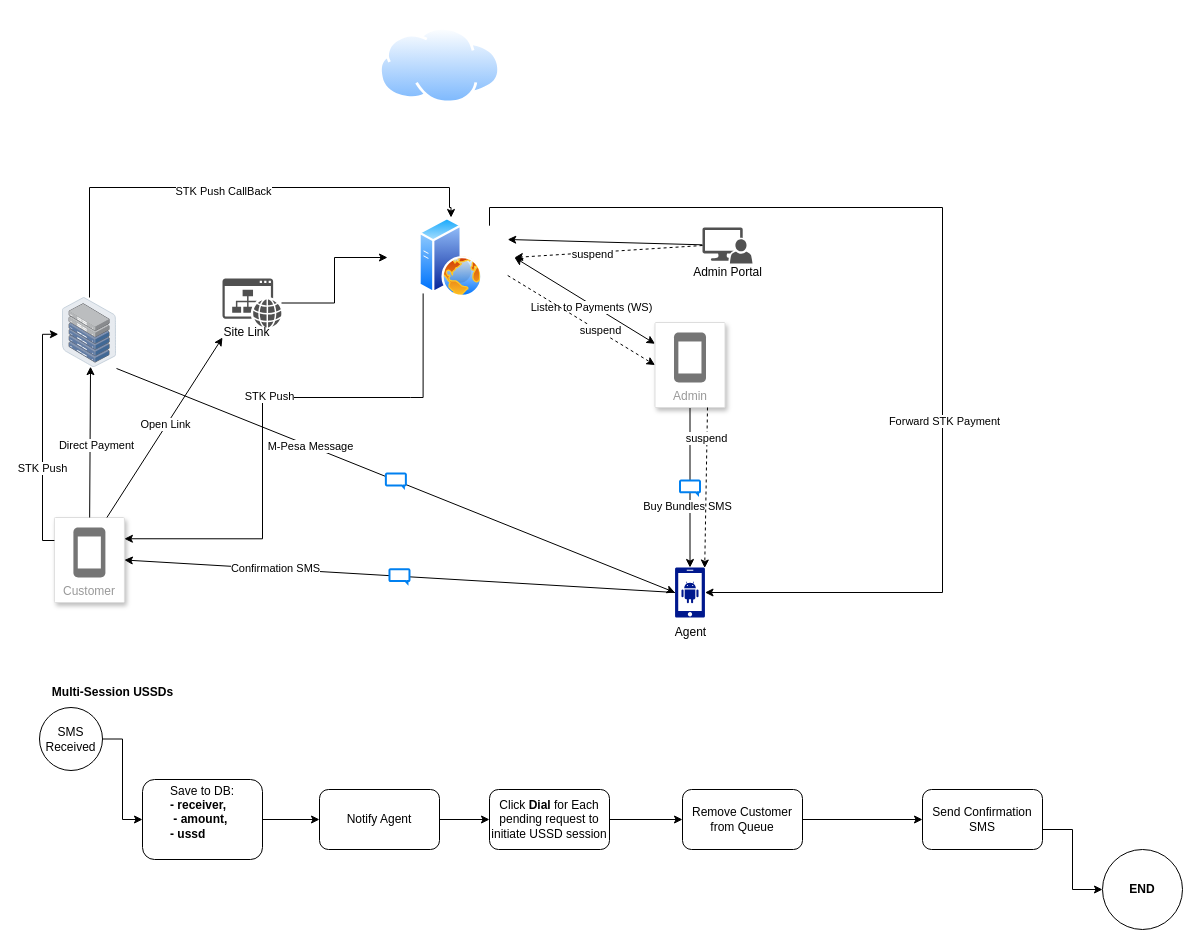
Above: diagrams/Untitled Diagram.drawio in kariuki-joseph/drawio-diagrams (draw.io), before the change. Source tidied: cells renumbered, new cells numbered last; positions are measured from the earlier drawing's top-left corner, leaving out a move shared by most shapes. Both pictures are drawn from the tidied source at 100%, with x=0, y=0 at pixel (39, 27).
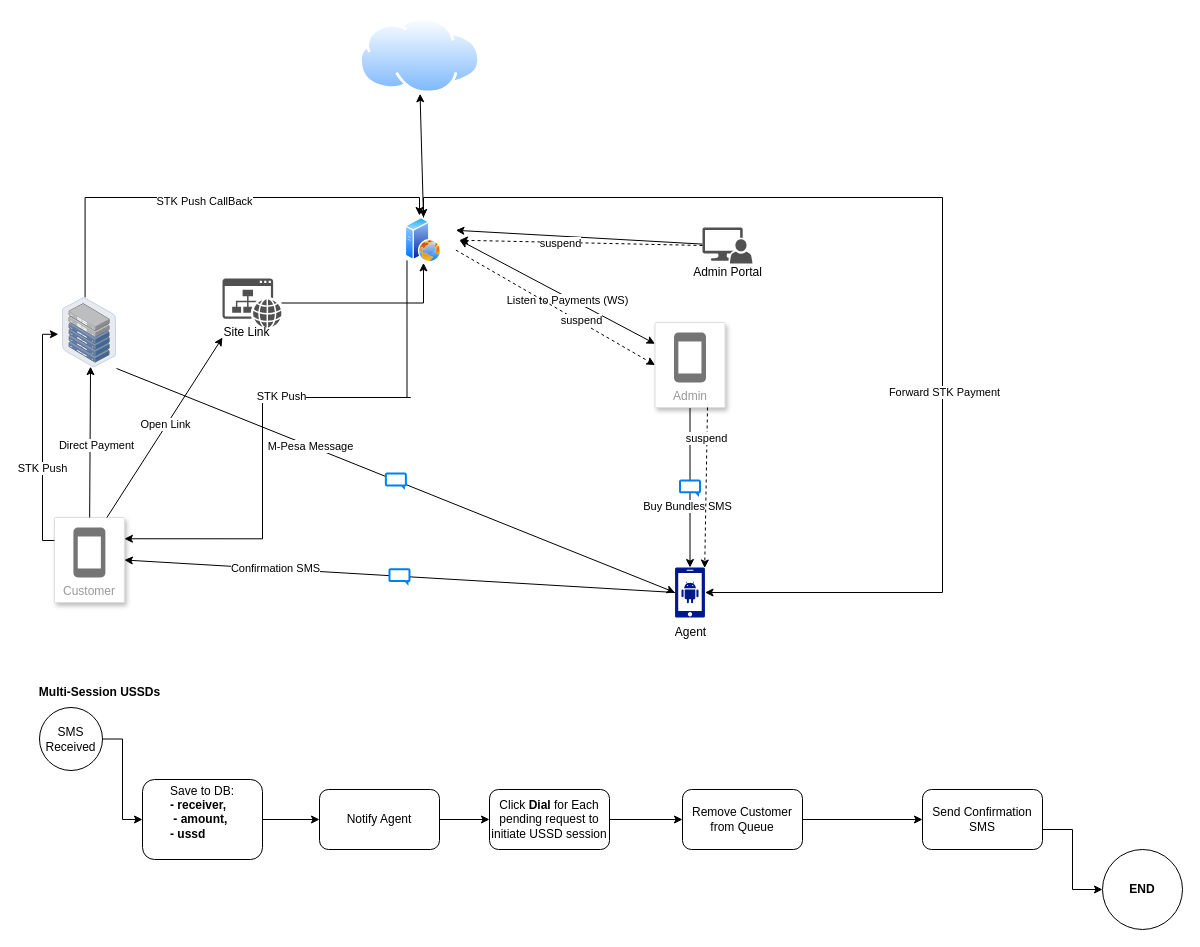
Above is the later version.

The change refers to these unchanged cells:
```xml
<mxCell id="12" style="image;points=[];html=1;align=center;shadow=0;dashed=0;image=img/lib/allied_telesis/storage/Datacenter_Server_Half_Rack_ToR.svg;" parent="1" vertex="1">
  <mxGeometry x="23" y="270" width="53.9" height="70" as="geometry" />
</mxCell>
<mxCell id="23" style="sketch=0;shadow=0;dashed=0;html=1;strokeColor=none;labelPosition=center;verticalLabelPosition=bottom;verticalAlign=top;align=center;fillColor=#00188D;shape=mxgraph.mscae.enterprise.android_phone;" parent="22" vertex="1">
  <mxGeometry x="10" width="30" height="50" as="geometry" />
</mxCell>
```

Change to the diagram source:
```diff
@@
     <mxCell id="2" style="html=1;align=center;shadow=0;dashed=0;spacingTop=3;image=img/lib/active_directory/web_server.svg;shape=image;labelBackgroundColor=default;verticalAlign=top;verticalLabelPosition=bottom;sketch=0;strokeColor=none;labelPosition=center;fillColor=#00188D;perimeter=ellipsePerimeter;" parent="1" vertex="1">
-      <mxGeometry x="348" y="190" width="127" height="80" as="geometry" />
+      <mxGeometry x="348" y="190" width="72" height="45.4" as="geometry" />
     </mxCell>
@@
-    <mxCell id="10" style="edgeStyle=orthogonalEdgeStyle;rounded=0;jettySize=auto;html=1;entryX=0.5;entryY=0;entryDx=0;entryDy=0;" parent="1" edge="1" source="12" target="2">
+    <mxCell id="10" style="rounded=0;jettySize=auto;html=1;edgeStyle=orthogonalEdgeStyle;exitX=0.419;exitY=-0.002;exitDx=0;exitDy=0;exitPerimeter=0;" parent="1" edge="1" source="12">
       <mxGeometry relative="1" as="geometry">
+        <mxPoint x="380" y="188" as="targetPoint" />
         <Array as="points">
-          <mxPoint x="50" y="160" />
-          <mxPoint x="410" y="160" />
-          <mxPoint x="410" y="180" />
-          <mxPoint x="412" y="180" />
+          <mxPoint x="46" y="170" />
+          <mxPoint x="380" y="170" />
         </Array>
       </mxGeometry>
     </mxCell>
@@
-    <mxCell id="43" style="edgeStyle=orthogonalEdgeStyle;rounded=0;jettySize=auto;html=1;entryX=1;entryY=0.5;entryDx=0;entryDy=0;entryPerimeter=0;" parent="1" edge="1" source="2" target="23">
+    <mxCell id="43" style="edgeStyle=orthogonalEdgeStyle;rounded=0;jettySize=auto;html=1;entryX=1;entryY=0.5;entryDx=0;entryDy=0;entryPerimeter=0;exitX=0.5;exitY=0;exitDx=0;exitDy=0;" parent="1" edge="1" source="2" target="23">
       <mxGeometry relative="1" as="geometry">
         <Array as="points">
-          <mxPoint x="450" y="180" />
-          <mxPoint x="903" y="180" />
+          <mxPoint x="384" y="170" />
+          <mxPoint x="903" y="170" />
           <mxPoint x="903" y="565" />
         </Array>
       </mxGeometry>
     </mxCell>
@@
     <mxCell id="51" value="&lt;b&gt;Multi-Session USSDs&lt;/b&gt;" style="text;html=1;align=center;verticalAlign=middle;strokeColor=none;fillColor=none;" parent="1" vertex="1">
-      <mxGeometry x="3" y="650" width="140" height="30" as="geometry" />
+      <mxGeometry x="-10" y="650" width="140" height="30" as="geometry" />
     </mxCell>
@@
     <mxCell id="65" style="image;perimeter=ellipsePerimeter;html=1;align=center;shadow=0;dashed=0;spacingTop=3;image=img/lib/active_directory/internet_cloud.svg;" parent="1" vertex="1">
-      <mxGeometry x="340" width="121.1" height="76.3" as="geometry" />
+      <mxGeometry x="320" y="-10" width="121.1" height="76.3" as="geometry" />
     </mxCell>
+    <mxCell id="66" style="html=1;labelBackgroundColor=#ffffff;startArrow=classic;startFill=1;startSize=6;endArrow=classic;endFill=1;endSize=6;jettySize=auto;strokeWidth=1;fontSize=14;rounded=0;entryX=0.5;entryY=1;entryDx=0;entryDy=0;exitX=0.5;exitY=0;exitDx=0;exitDy=0;" parent="1" edge="1" source="2" target="65">
+      <mxGeometry relative="1" as="geometry" />
+    </mxCell>
```
